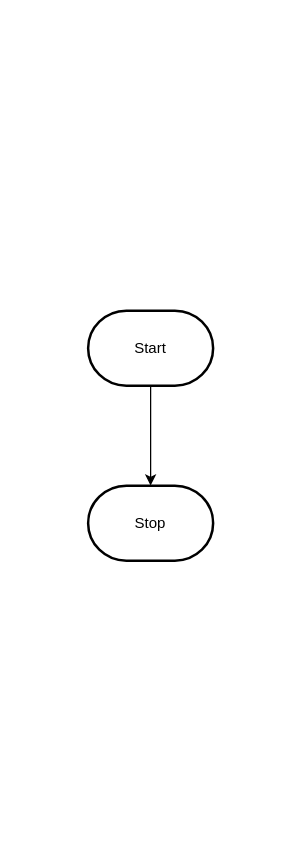
Before: design/flowchart.drawio in MTHS-ICD2O-1-2023/ICD2O-Unit-3-02-Julianne-Leblanc-Peltier, a draw.io diagram. Source tidied: cells renumbered, new cells numbered last; positions are measured from the earlier drawing's top-left corner, leaving out a move shared by most shapes. Both pictures are drawn from the tidied source at 125%, with x=0, y=0 at pixel (88, 310).
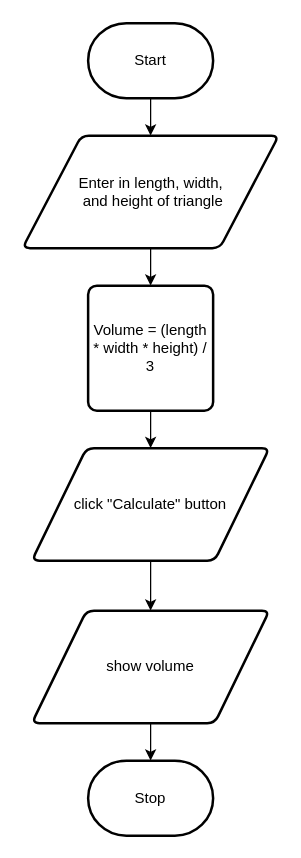
Above is the later version.

Change to the diagram source:
```diff
@@
 <mxGraphModel>
   <root>
     <mxCell id="0" />
     <mxCell id="1" parent="0" />
-    <mxCell id="2" style="edgeStyle=orthogonalEdgeStyle;html=1;rounded=0;" parent="1" edge="1" source="3" target="4">
+    <mxCell id="2" style="edgeStyle=orthogonalEdgeStyle;html=1;rounded=0;startArrow=none;" parent="1" edge="1" source="10" target="4">
       <mxGeometry relative="1" as="geometry" />
     </mxCell>
+    <mxCell id="5" style="edgeStyle=none;html=1;exitX=0.5;exitY=1;exitDx=0;exitDy=0;exitPerimeter=0;entryX=0.5;entryY=0;entryDx=0;entryDy=0;" parent="1" edge="1" source="3" target="7">
+      <mxGeometry relative="1" as="geometry" />
+    </mxCell>
     <mxCell id="3" value="Start" style="strokeWidth=2;html=1;shape=mxgraph.flowchart.terminator;whiteSpace=wrap;" parent="1" vertex="1">
-      <mxGeometry width="100" height="60" as="geometry" />
+      <mxGeometry y="-230" width="100" height="60" as="geometry" />
     </mxCell>
     <mxCell id="4" value="Stop" style="strokeWidth=2;html=1;shape=mxgraph.flowchart.terminator;whiteSpace=wrap;" parent="1" vertex="1">
-      <mxGeometry y="140" width="100" height="60" as="geometry" />
+      <mxGeometry y="360" width="100" height="60" as="geometry" />
     </mxCell>
+    <mxCell id="6" style="edgeStyle=none;html=1;exitX=0.5;exitY=1;exitDx=0;exitDy=0;entryX=0.5;entryY=0;entryDx=0;entryDy=0;" parent="1" edge="1" source="7" target="9">
+      <mxGeometry relative="1" as="geometry" />
+    </mxCell>
+    <mxCell id="7" value="Enter in length, width,&lt;br&gt;&amp;nbsp;and height of triangle" style="shape=parallelogram;html=1;strokeWidth=2;perimeter=parallelogramPerimeter;whiteSpace=wrap;rounded=1;arcSize=12;size=0.23;" parent="1" vertex="1">
+      <mxGeometry x="-52.5" y="-140" width="205" height="90" as="geometry" />
+    </mxCell>
+    <mxCell id="8" style="edgeStyle=none;html=1;exitX=0.5;exitY=1;exitDx=0;exitDy=0;entryX=0.5;entryY=0;entryDx=0;entryDy=0;" parent="1" edge="1" source="9" target="12">
+      <mxGeometry relative="1" as="geometry" />
+    </mxCell>
+    <mxCell id="9" value="Volume = (length * width * height) / 3" style="rounded=1;whiteSpace=wrap;html=1;absoluteArcSize=1;arcSize=14;strokeWidth=2;" parent="1" vertex="1">
+      <mxGeometry y="-20" width="100" height="100" as="geometry" />
+    </mxCell>
+    <mxCell id="10" value="show volume" style="shape=parallelogram;html=1;strokeWidth=2;perimeter=parallelogramPerimeter;whiteSpace=wrap;rounded=1;arcSize=12;size=0.23;" parent="1" vertex="1">
+      <mxGeometry x="-45" y="240" width="190" height="90" as="geometry" />
+    </mxCell>
+    <mxCell id="11" style="edgeStyle=none;html=1;exitX=0.5;exitY=1;exitDx=0;exitDy=0;entryX=0.5;entryY=0;entryDx=0;entryDy=0;" parent="1" edge="1" source="12" target="10">
+      <mxGeometry relative="1" as="geometry" />
+    </mxCell>
+    <mxCell id="12" value="click &quot;Calculate&quot; button" style="shape=parallelogram;html=1;strokeWidth=2;perimeter=parallelogramPerimeter;whiteSpace=wrap;rounded=1;arcSize=12;size=0.23;" parent="1" vertex="1">
+      <mxGeometry x="-45" y="110" width="190" height="90" as="geometry" />
+    </mxCell>
   </root>
 </mxGraphModel>
```
